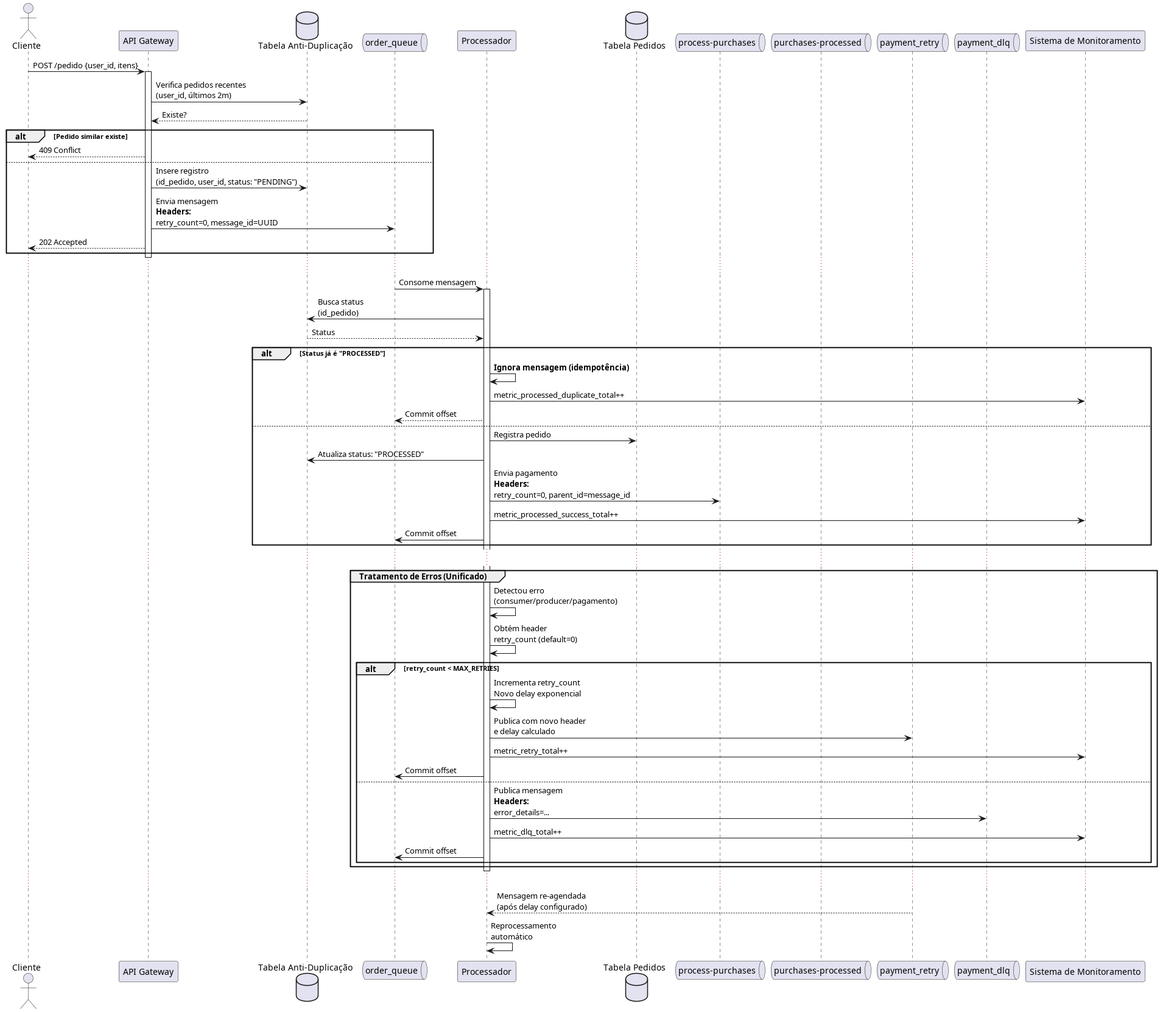
Earlier version of the PlantUML export process-purchases/docs/payment_gateway_flow.png (Thales-Eduardo/gateway-pagament). The source it was exported from:
```plantuml
@startuml payment_gateway_flow

actor Cliente
participant "API Gateway" as Gateway
database "Tabela Anti-Duplicação" as AntiDup
queue "order_queue" as OrderQueue
participant "Processador" as Processor
database "Tabela Pedidos" as Orders
queue "process-purchases" as ProcessPurchases
queue "purchases-processed" as PurchasesProcessed
queue "payment_retry" as PaymentRetry
queue "payment_dlq" as PaymentDLQ
participant "Sistema de Monitoramento" as Monitoring

Cliente -> Gateway: POST /pedido {user_id, itens}
activate Gateway

Gateway -> AntiDup: Verifica pedidos recentes\n(user_id, últimos 2m)
AntiDup --> Gateway: Existe?

alt Pedido similar existe
    Gateway --> Cliente: 409 Conflict
else
    Gateway -> AntiDup: Insere registro\n(id_pedido, user_id, status: "PENDING")
    Gateway -> OrderQueue: Envia mensagem\n**Headers:**\nretry_count=0, message_id=UUID
    Gateway --> Cliente: 202 Accepted
end

deactivate Gateway

...

OrderQueue -> Processor: Consome mensagem
activate Processor

Processor -> AntiDup: Busca status\n(id_pedido)
AntiDup --> Processor: Status

alt Status já é "PROCESSED"
    Processor -> Processor: **Ignora mensagem (idempotência)**
    Processor -> Monitoring: metric_processed_duplicate_total++
    Processor --> OrderQueue: Commit offset
else
    Processor -> Orders: Registra pedido
    Processor -> AntiDup: Atualiza status: "PROCESSED"
    Processor -> ProcessPurchases: Envia pagamento\n**Headers:**\nretry_count=0, parent_id=message_id
    Processor -> Monitoring: metric_processed_success_total++
    Processor -> OrderQueue: Commit offset
end

...

group Tratamento de Erros (Unificado)
    Processor -> Processor: Detectou erro\n(consumer/producer/pagamento)
    Processor -> Processor: Obtém header\nretry_count (default=0)
    alt retry_count < MAX_RETRIES
        Processor -> Processor: Incrementa retry_count\nNovo delay exponencial
        Processor -> PaymentRetry: Publica com novo header\ne delay calculado
        Processor -> Monitoring: metric_retry_total++
        Processor -> OrderQueue: Commit offset
    else
        Processor -> PaymentDLQ: Publica mensagem\n**Headers:**\nerror_details=...
        Processor -> Monitoring: metric_dlq_total++
        Processor -> OrderQueue: Commit offset
    end
end

deactivate Processor

...

PaymentRetry --> Processor: Mensagem re-agendada\n(após delay configurado)
Processor -> Processor: Reprocessamento\nautomático

@enduml
```
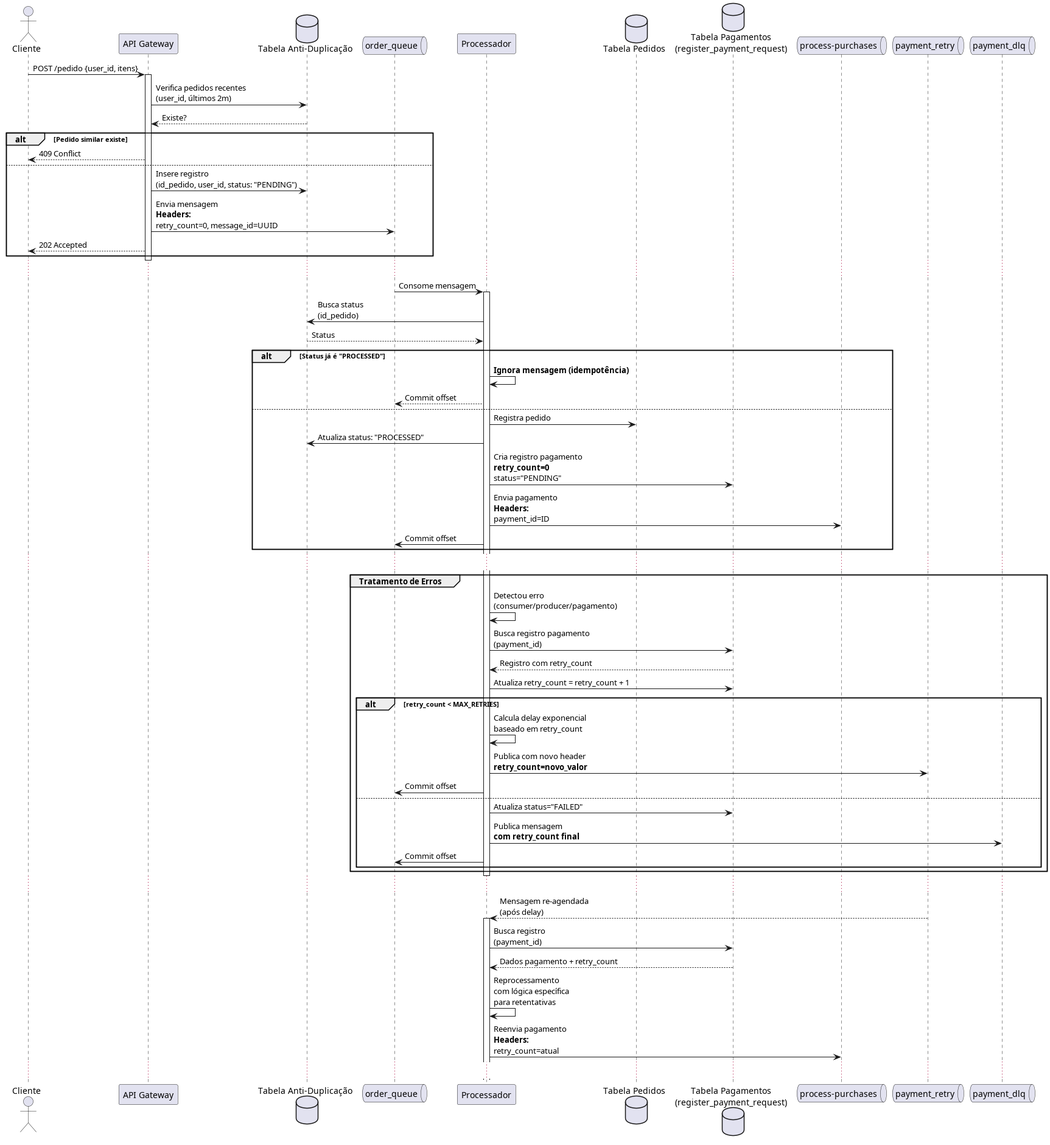
Above is the later version.

Commit message:
alt uml.

Change to the diagram source:
```diff
@@ -1,4 +1,4 @@
-@startuml payment_gateway_flow
+@startuml enhanced_payment_gateway_flow
 
 actor Cliente
 participant "API Gateway" as Gateway
@@ -6,11 +6,10 @@
 queue "order_queue" as OrderQueue
 participant "Processador" as Processor
 database "Tabela Pedidos" as Orders
+database "Tabela Pagamentos\n(register_payment_request)" as Payments
 queue "process-purchases" as ProcessPurchases
-queue "purchases-processed" as PurchasesProcessed
 queue "payment_retry" as PaymentRetry
 queue "payment_dlq" as PaymentDLQ
-participant "Sistema de Monitoramento" as Monitoring
 
 Cliente -> Gateway: POST /pedido {user_id, itens}
 activate Gateway
@@ -38,29 +37,32 @@
 
 alt Status já é "PROCESSED"
     Processor -> Processor: **Ignora mensagem (idempotência)**
-    Processor -> Monitoring: metric_processed_duplicate_total++
     Processor --> OrderQueue: Commit offset
 else
     Processor -> Orders: Registra pedido
     Processor -> AntiDup: Atualiza status: "PROCESSED"
-    Processor -> ProcessPurchases: Envia pagamento\n**Headers:**\nretry_count=0, parent_id=message_id
-    Processor -> Monitoring: metric_processed_success_total++
+
+    Processor -> Payments: Cria registro pagamento\n**retry_count=0**\nstatus="PENDING"
+    Processor -> ProcessPurchases: Envia pagamento\n**Headers:**\npayment_id=ID
     Processor -> OrderQueue: Commit offset
 end
 
 ...
 
-group Tratamento de Erros (Unificado)
+group Tratamento de Erros
     Processor -> Processor: Detectou erro\n(consumer/producer/pagamento)
-    Processor -> Processor: Obtém header\nretry_count (default=0)
+
+    Processor -> Payments: Busca registro pagamento\n(payment_id)
+    Payments --> Processor: Registro com retry_count
+    Processor -> Payments: Atualiza retry_count = retry_count + 1
+
     alt retry_count < MAX_RETRIES
-        Processor -> Processor: Incrementa retry_count\nNovo delay exponencial
-        Processor -> PaymentRetry: Publica com novo header\ne delay calculado
-        Processor -> Monitoring: metric_retry_total++
+        Processor -> Processor: Calcula delay exponencial\nbaseado em retry_count
+        Processor -> PaymentRetry: Publica com novo header\n**retry_count=novo_valor**
         Processor -> OrderQueue: Commit offset
     else
-        Processor -> PaymentDLQ: Publica mensagem\n**Headers:**\nerror_details=...
-        Processor -> Monitoring: metric_dlq_total++
+        Processor -> Payments: Atualiza status="FAILED"
+        Processor -> PaymentDLQ: Publica mensagem\n**com retry_count final**
         Processor -> OrderQueue: Commit offset
     end
 end
@@ -69,7 +71,14 @@
 
 ...
 
-PaymentRetry --> Processor: Mensagem re-agendada\n(após delay configurado)
-Processor -> Processor: Reprocessamento\nautomático
+PaymentRetry --> Processor: Mensagem re-agendada\n(após delay)
+activate Processor
+
+Processor -> Payments: Busca registro\n(payment_id)
+Payments --> Processor: Dados pagamento + retry_count
+Processor -> Processor: Reprocessamento\ncom lógica específica\npara retentativas
+Processor -> ProcessPurchases: Reenvia pagamento\n**Headers:**\nretry_count=atual
+
+...
 
 @enduml
```
